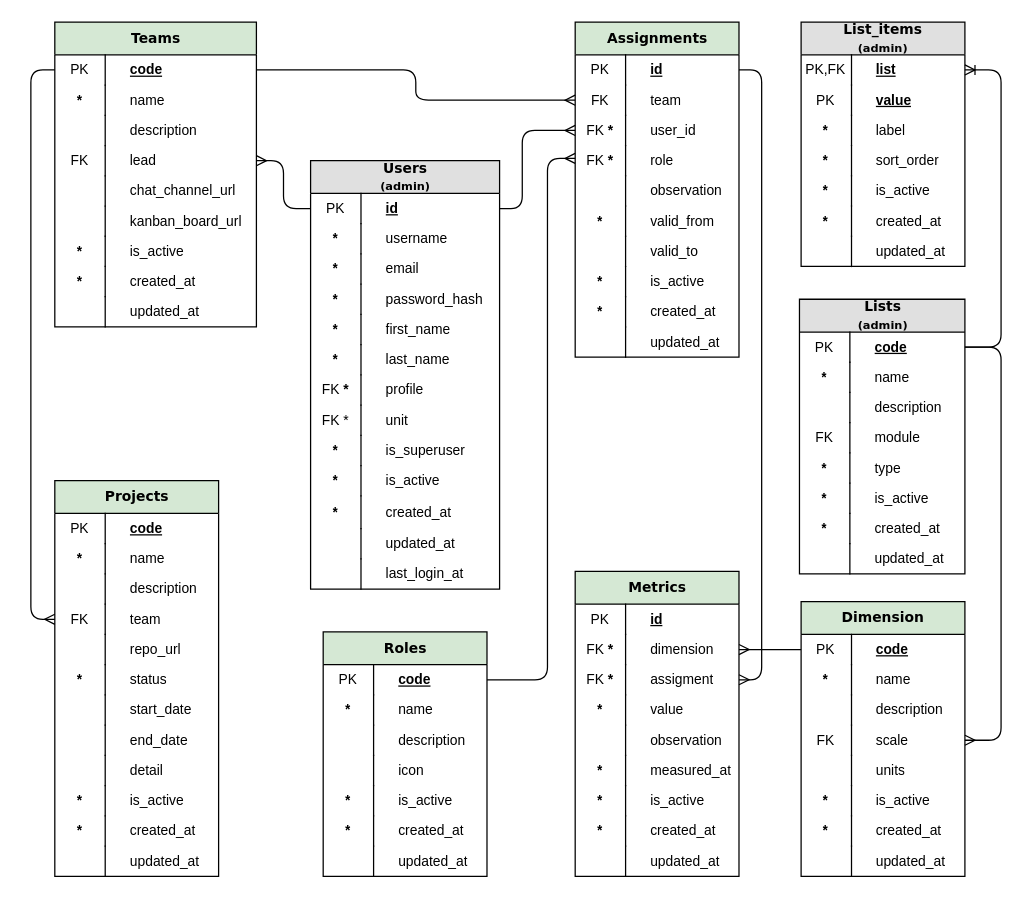
Earlier version of the draw.io diagram page "collab" (4 of 7) of docs/models.drawio (abc-flex/synapxia). Source tidied: cells renumbered, new cells numbered last; positions are measured from the earlier drawing's top-left corner, leaving out a move shared by most shapes. Both pictures are drawn from the tidied source at 126%, with x=0, y=0 at pixel (30, 21).
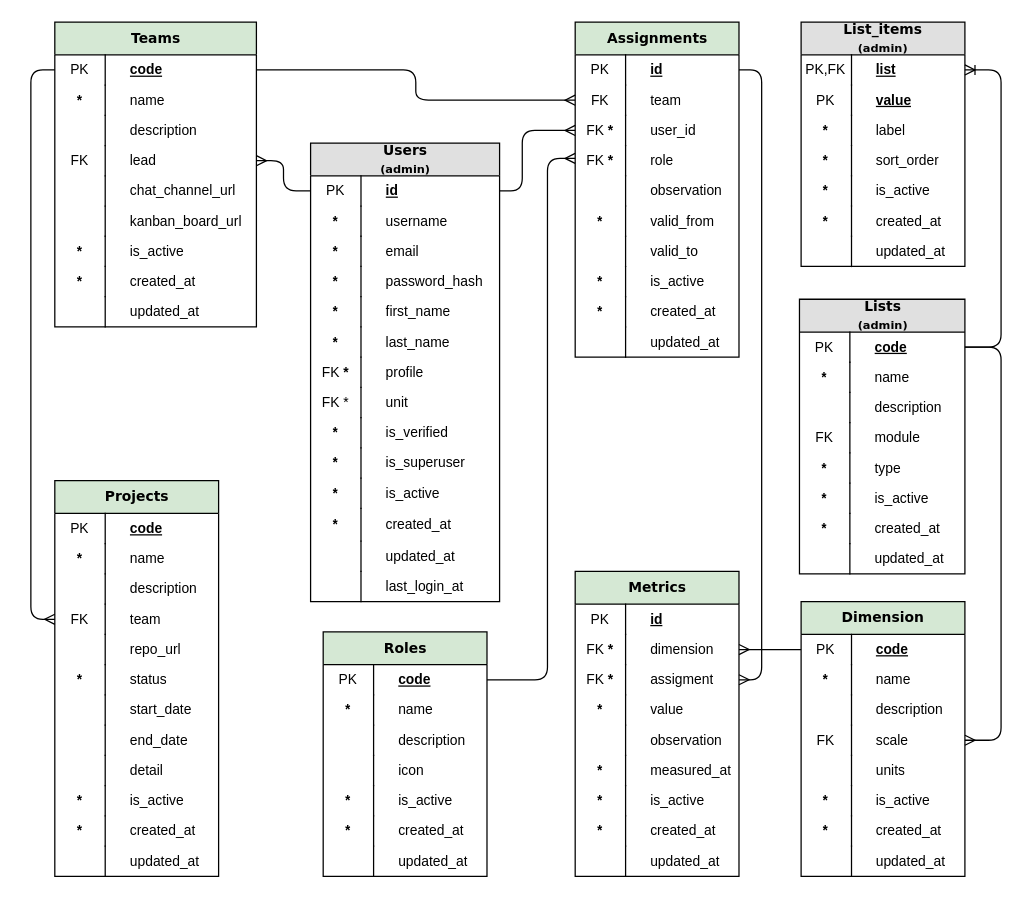
After the change.

Change to the diagram source:
```diff
@@
     <mxCell id="49" value="&lt;font&gt;Users&lt;/font&gt;&lt;div&gt;&lt;font&gt;&lt;span style=&quot;font-size: 9px;&quot;&gt;(admin)&lt;/span&gt;&lt;/font&gt;&lt;/div&gt;" style="swimlane;html=1;fontStyle=1;horizontal=1;startSize=26;fillColor=#e0e0e0;swimlaneFillColor=#ffffff;align=center;rounded=0;shadow=0;comic=0;labelBackgroundColor=none;strokeWidth=1;fontFamily=Verdana;fontSize=11;spacing=0;" parent="1" vertex="1">
-      <mxGeometry x="222" y="110" width="150" height="340" as="geometry" />
+      <mxGeometry x="222" y="96" width="150" height="364" as="geometry" />
     </mxCell>
@@
-    <mxCell id="66" value="is_superuser" style="shape=partialRectangle;top=0;left=0;right=0;bottom=0;html=1;align=left;verticalAlign=middle;fillColor=none;spacingLeft=60;spacingRight=4;whiteSpace=wrap;overflow=hidden;fontStyle=0;fontSize=11;spacing=0;" parent="49" vertex="1">
+    <mxCell id="66" value="is_verified" style="shape=partialRectangle;top=0;left=0;right=0;bottom=0;html=1;align=left;verticalAlign=middle;fillColor=none;spacingLeft=60;spacingRight=4;whiteSpace=wrap;overflow=hidden;fontStyle=0;fontSize=11;spacing=0;" parent="49" vertex="1">
       <mxGeometry y="218" width="150" height="24" as="geometry" />
     </mxCell>
@@
+    <mxCell id="186" value="is_superuser" style="shape=partialRectangle;top=0;left=0;right=0;bottom=0;html=1;align=left;verticalAlign=middle;fillColor=none;spacingLeft=60;spacingRight=4;whiteSpace=wrap;overflow=hidden;fontStyle=0;fontSize=11;spacing=0;" parent="49" vertex="1">
+      <mxGeometry y="242" width="150" height="24" as="geometry" />
+    </mxCell>
+    <mxCell id="187" value="&lt;b&gt;*&lt;/b&gt;" style="shape=partialRectangle;fontStyle=0;top=0;left=0;bottom=0;html=1;fillColor=none;align=center;verticalAlign=middle;spacingLeft=4;spacingRight=4;whiteSpace=wrap;overflow=hidden;fontSize=11;spacing=0;" parent="186" vertex="1">
+      <mxGeometry width="40" height="24" as="geometry" />
+    </mxCell>
     <mxCell id="68" value="is_active" style="shape=partialRectangle;top=0;left=0;right=0;bottom=0;html=1;align=left;verticalAlign=middle;fillColor=none;spacingLeft=60;spacingRight=4;whiteSpace=wrap;overflow=hidden;fontStyle=0;fontSize=11;spacing=0;" parent="49" vertex="1">
-      <mxGeometry y="242" width="150" height="24" as="geometry" />
+      <mxGeometry y="266" width="150" height="24" as="geometry" />
     </mxCell>
@@
     <mxCell id="70" value="created_at" style="shape=partialRectangle;top=0;left=0;right=0;bottom=0;html=1;align=left;verticalAlign=middle;fillColor=none;spacingLeft=60;spacingRight=4;whiteSpace=wrap;overflow=hidden;fontStyle=0;fontSize=11;spacing=0;" parent="49" vertex="1">
-      <mxGeometry y="266" width="150" height="26" as="geometry" />
+      <mxGeometry y="290" width="150" height="26" as="geometry" />
     </mxCell>
@@
     <mxCell id="72" value="updated_at" style="shape=partialRectangle;top=0;left=0;right=0;bottom=0;html=1;align=left;verticalAlign=middle;fillColor=none;spacingLeft=60;spacingRight=4;whiteSpace=wrap;overflow=hidden;fontStyle=0;fontSize=11;spacing=0;" parent="49" vertex="1">
-      <mxGeometry y="292" width="150" height="24" as="geometry" />
+      <mxGeometry y="316" width="150" height="24" as="geometry" />
     </mxCell>
@@
     <mxCell id="74" value="last_login_at" style="shape=partialRectangle;top=0;left=0;right=0;bottom=0;html=1;align=left;verticalAlign=middle;fillColor=none;spacingLeft=60;spacingRight=4;whiteSpace=wrap;overflow=hidden;fontStyle=0;fontSize=11;spacing=0;" parent="49" vertex="1">
-      <mxGeometry y="316" width="150" height="24" as="geometry" />
+      <mxGeometry y="340" width="150" height="24" as="geometry" />
     </mxCell>
```
